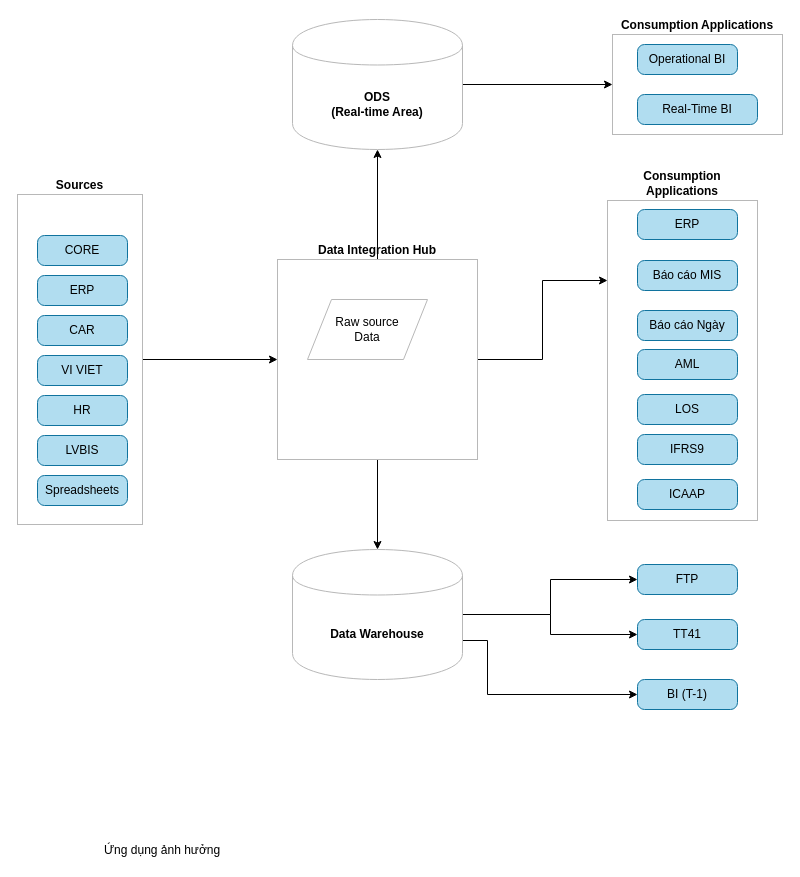
Before: Data Hub.drawio in uyennt01/Project1, a draw.io diagram. Source tidied: cells renumbered, new cells numbered last; positions are measured from the earlier drawing's top-left corner, leaving out a move shared by most shapes. Both pictures are drawn from the tidied source at 100%, with x=0, y=0 at pixel (17, 19).
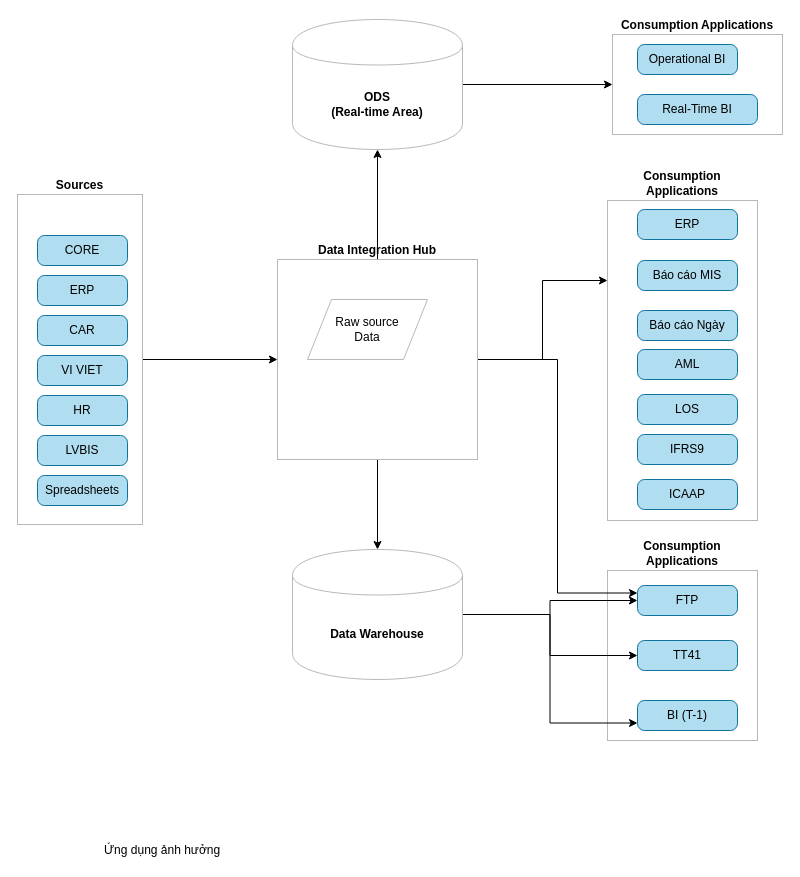
The same diagram, later.

The change refers to these unchanged cells:
```xml
<mxCell id="9" value="Data Integration Hub" style="whiteSpace=wrap;html=1;strokeColor=#B8B8B8;labelPosition=center;verticalLabelPosition=top;align=center;verticalAlign=bottom;fontStyle=1;" parent="1" vertex="1">
  <mxGeometry x="260" y="240" width="200" height="200" as="geometry" />
</mxCell>
<mxCell id="20" value="Data Warehouse" style="shape=cylinder;whiteSpace=wrap;html=1;boundedLbl=1;backgroundOutline=1;strokeColor=#B8B8B8;fontStyle=1;" parent="1" vertex="1">
  <mxGeometry x="275" y="530" width="170" height="130" as="geometry" />
</mxCell>
```

What changed in the source:
```diff
@@
+    <mxCell id="37" value="Consumption Applications" style="rounded=0;whiteSpace=wrap;html=1;strokeColor=#B8B8B8;labelPosition=center;verticalLabelPosition=top;align=center;verticalAlign=bottom;fontStyle=1;" parent="1" vertex="1">
+      <mxGeometry x="590" y="551" width="150" height="170" as="geometry" />
+    </mxCell>
@@
+    <mxCell id="38" style="edgeStyle=orthogonalEdgeStyle;rounded=0;jettySize=auto;html=1;entryX=0;entryY=0.25;entryDx=0;entryDy=0;" parent="1" edge="1" source="9" target="24">
+      <mxGeometry relative="1" as="geometry" />
+    </mxCell>
@@
+    <mxCell id="18" style="edgeStyle=orthogonalEdgeStyle;rounded=0;jettySize=auto;html=1;entryX=0;entryY=0.75;entryDx=0;entryDy=0;" parent="1" edge="1" source="20" target="32">
+      <mxGeometry relative="1" as="geometry" />
+    </mxCell>
-    <mxCell id="17" style="edgeStyle=orthogonalEdgeStyle;rounded=0;jettySize=auto;html=1;" parent="1" edge="1" source="20" target="25">
-      <mxGeometry relative="1" as="geometry">
-        <Array as="points">
-          <mxPoint x="533" y="595" />
-          <mxPoint x="533" y="615" />
-        </Array>
-      </mxGeometry>
+    <mxCell id="17" style="edgeStyle=orthogonalEdgeStyle;rounded=0;jettySize=auto;html=1;entryX=0;entryY=0.5;entryDx=0;entryDy=0;" parent="1" edge="1" source="20" target="25">
+      <mxGeometry relative="1" as="geometry" />
     </mxCell>
-    <mxCell id="18" style="edgeStyle=orthogonalEdgeStyle;rounded=0;jettySize=auto;html=1;entryX=0;entryY=0.5;entryDx=0;entryDy=0;exitX=1;exitY=0.7;exitDx=0;exitDy=0;" parent="1" edge="1" source="20" target="32">
-      <mxGeometry relative="1" as="geometry">
-        <Array as="points">
-          <mxPoint x="470" y="621" />
-          <mxPoint x="470" y="675" />
-        </Array>
-      </mxGeometry>
-    </mxCell>
-    <mxCell id="19" style="edgeStyle=orthogonalEdgeStyle;rounded=0;jettySize=auto;html=1;exitX=1;exitY=0.3;exitDx=0;exitDy=0;" parent="1" edge="1" source="20" target="24">
-      <mxGeometry relative="1" as="geometry">
-        <Array as="points">
-          <mxPoint x="445" y="595" />
-          <mxPoint x="533" y="595" />
-          <mxPoint x="533" y="560" />
-        </Array>
-      </mxGeometry>
+    <mxCell id="19" style="edgeStyle=orthogonalEdgeStyle;rounded=0;jettySize=auto;html=1;" parent="1" edge="1" source="20" target="24">
+      <mxGeometry relative="1" as="geometry" />
     </mxCell>
@@
     <mxCell id="24" value="FTP" style="rounded=1;whiteSpace=wrap;html=1;absoluteArcSize=1;arcSize=14;strokeWidth=1;fillColor=#b1ddf0;strokeColor=#10739e;" parent="1" vertex="1">
-      <mxGeometry x="620" y="545" width="100" height="30" as="geometry" />
+      <mxGeometry x="620" y="566" width="100" height="30" as="geometry" />
     </mxCell>
     <mxCell id="25" value="TT41" style="rounded=1;whiteSpace=wrap;html=1;absoluteArcSize=1;arcSize=14;strokeWidth=1;fillColor=#b1ddf0;strokeColor=#10739e;" parent="1" vertex="1">
-      <mxGeometry x="620" y="600" width="100" height="30" as="geometry" />
+      <mxGeometry x="620" y="621" width="100" height="30" as="geometry" />
     </mxCell>
@@
     <mxCell id="32" value="BI (T-1)" style="rounded=1;whiteSpace=wrap;html=1;absoluteArcSize=1;arcSize=14;strokeWidth=1;fillColor=#b1ddf0;strokeColor=#10739e;" parent="1" vertex="1">
-      <mxGeometry x="620" y="660" width="100" height="30" as="geometry" />
+      <mxGeometry x="620" y="681" width="100" height="30" as="geometry" />
     </mxCell>
```
